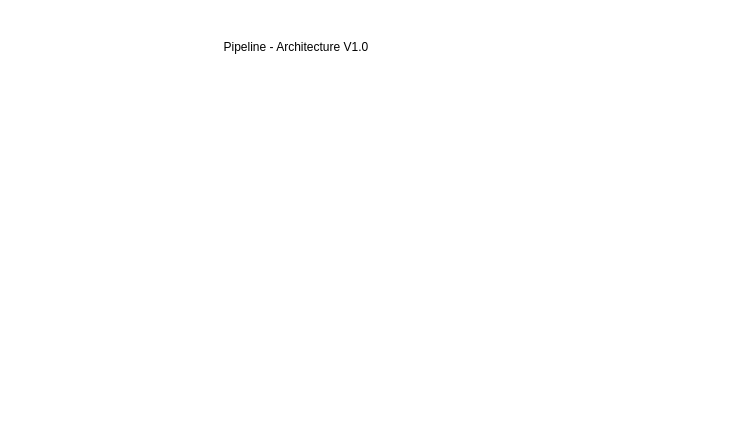
Above: Untitled Diagram.drawio in arjunKumbakkara/android-cropimage (draw.io), before the change. Source tidied: cells renumbered, new cells numbered last; positions are measured from the earlier drawing's top-left corner, leaving out a move shared by most shapes. Both pictures are drawn from the tidied source at 100%, with x=0, y=0 at pixel (217, 37).
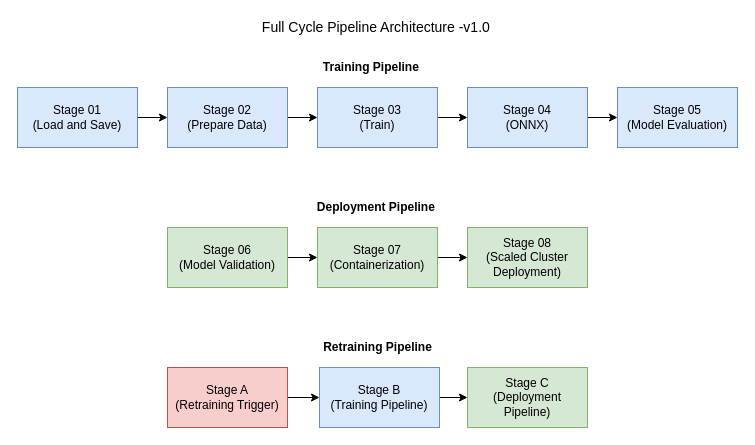
Above is the later version.

Change to the diagram source:
```diff
@@
-    <mxCell id="2" value="Pipeline - Architecture V1.0&amp;nbsp;" style="text;html=1;align=center;verticalAlign=middle;strokeColor=none;fillColor=none;" parent="1" vertex="1">
-      <mxGeometry width="160" height="20" as="geometry" />
-    </mxCell>
+    <mxCell id="3" value="&lt;b&gt;Training Pipeline&amp;nbsp;&lt;/b&gt;" style="text;html=1;align=center;verticalAlign=middle;strokeColor=none;fillColor=none;" parent="1" vertex="1">
+      <mxGeometry x="100" y="20" width="110" height="20" as="geometry" />
+    </mxCell>
+    <mxCell id="4" style="edgeStyle=orthogonalEdgeStyle;rounded=0;jettySize=auto;html=1;" parent="1" edge="1" source="5" target="7">
+      <mxGeometry relative="1" as="geometry" />
+    </mxCell>
+    <mxCell id="5" value="Stage 01&lt;br&gt;(Load and Save)" style="rounded=0;whiteSpace=wrap;html=1;fillColor=#dae8fc;strokeColor=#6c8ebf;" parent="1" vertex="1">
+      <mxGeometry x="-200" y="50" width="120" height="60" as="geometry" />
+    </mxCell>
+    <mxCell id="6" style="edgeStyle=orthogonalEdgeStyle;rounded=0;jettySize=auto;html=1;" parent="1" edge="1" source="7" target="9">
+      <mxGeometry relative="1" as="geometry" />
+    </mxCell>
+    <mxCell id="7" value="&lt;span&gt;Stage 02&lt;/span&gt;&lt;br&gt;&lt;span&gt;(Prepare Data)&lt;/span&gt;" style="rounded=0;whiteSpace=wrap;html=1;fillColor=#dae8fc;strokeColor=#6c8ebf;" parent="1" vertex="1">
+      <mxGeometry x="-50" y="50" width="120" height="60" as="geometry" />
+    </mxCell>
+    <mxCell id="8" style="edgeStyle=orthogonalEdgeStyle;rounded=0;jettySize=auto;html=1;" parent="1" edge="1" source="9" target="11">
+      <mxGeometry relative="1" as="geometry" />
+    </mxCell>
+    <mxCell id="9" value="&lt;span&gt;Stage 03&lt;/span&gt;&lt;br&gt;&lt;span&gt;(Train)&lt;/span&gt;" style="rounded=0;whiteSpace=wrap;html=1;fillColor=#dae8fc;strokeColor=#6c8ebf;" parent="1" vertex="1">
+      <mxGeometry x="100" y="50" width="120" height="60" as="geometry" />
+    </mxCell>
+    <mxCell id="10" style="edgeStyle=orthogonalEdgeStyle;rounded=0;jettySize=auto;html=1;" parent="1" edge="1" source="11" target="12">
+      <mxGeometry relative="1" as="geometry" />
+    </mxCell>
+    <mxCell id="11" value="&lt;span&gt;Stage 04&lt;/span&gt;&lt;br&gt;&lt;span&gt;(ONNX)&lt;/span&gt;" style="rounded=0;whiteSpace=wrap;html=1;fillColor=#dae8fc;strokeColor=#6c8ebf;" parent="1" vertex="1">
+      <mxGeometry x="250" y="50" width="120" height="60" as="geometry" />
+    </mxCell>
+    <mxCell id="12" value="&lt;span&gt;Stage 05&lt;/span&gt;&lt;br&gt;&lt;span&gt;(Model Evaluation)&lt;/span&gt;" style="rounded=0;whiteSpace=wrap;html=1;fillColor=#dae8fc;strokeColor=#6c8ebf;" parent="1" vertex="1">
+      <mxGeometry x="400" y="50" width="120" height="60" as="geometry" />
+    </mxCell>
+    <mxCell id="13" value="&lt;b&gt;Deployment Pipeline&amp;nbsp;&lt;/b&gt;" style="text;html=1;align=center;verticalAlign=middle;strokeColor=none;fillColor=none;" parent="1" vertex="1">
+      <mxGeometry x="90" y="160" width="140" height="20" as="geometry" />
+    </mxCell>
+    <mxCell id="14" style="edgeStyle=orthogonalEdgeStyle;rounded=0;jettySize=auto;html=1;" parent="1" edge="1" source="15" target="17">
+      <mxGeometry relative="1" as="geometry" />
+    </mxCell>
+    <mxCell id="15" value="&lt;span&gt;Stage 06&lt;/span&gt;&lt;br&gt;&lt;span&gt;(Model Validation)&lt;/span&gt;" style="rounded=0;whiteSpace=wrap;html=1;fillColor=#d5e8d4;strokeColor=#82b366;" parent="1" vertex="1">
+      <mxGeometry x="-50" y="190" width="120" height="60" as="geometry" />
+    </mxCell>
+    <mxCell id="16" style="edgeStyle=orthogonalEdgeStyle;rounded=0;jettySize=auto;html=1;" parent="1" edge="1" source="17" target="18">
+      <mxGeometry relative="1" as="geometry" />
+    </mxCell>
+    <mxCell id="17" value="&lt;span&gt;Stage 07&lt;/span&gt;&lt;br&gt;&lt;span&gt;(Containerization)&lt;/span&gt;" style="rounded=0;whiteSpace=wrap;html=1;fillColor=#d5e8d4;strokeColor=#82b366;" parent="1" vertex="1">
+      <mxGeometry x="100" y="190" width="120" height="60" as="geometry" />
+    </mxCell>
+    <mxCell id="18" value="&lt;span&gt;Stage 08&lt;/span&gt;&lt;br&gt;&lt;span&gt;(Scaled Cluster Deployment)&lt;/span&gt;" style="rounded=0;whiteSpace=wrap;html=1;fillColor=#d5e8d4;strokeColor=#82b366;" parent="1" vertex="1">
+      <mxGeometry x="250" y="190" width="120" height="60" as="geometry" />
+    </mxCell>
+    <mxCell id="19" value="&lt;b&gt;Retraining Pipeline&lt;/b&gt;" style="text;html=1;align=center;verticalAlign=middle;strokeColor=none;fillColor=none;" parent="1" vertex="1">
+      <mxGeometry x="100" y="300" width="120" height="20" as="geometry" />
+    </mxCell>
+    <mxCell id="20" style="edgeStyle=orthogonalEdgeStyle;rounded=0;jettySize=auto;html=1;" parent="1" edge="1" source="21" target="23">
+      <mxGeometry relative="1" as="geometry" />
+    </mxCell>
+    <mxCell id="21" value="Stage A&lt;br&gt;(Retraining Trigger)" style="rounded=0;whiteSpace=wrap;html=1;fillColor=#f8cecc;strokeColor=#b85450;" parent="1" vertex="1">
+      <mxGeometry x="-50" y="330" width="120" height="60" as="geometry" />
+    </mxCell>
+    <mxCell id="22" style="edgeStyle=orthogonalEdgeStyle;rounded=0;jettySize=auto;html=1;" parent="1" edge="1" source="23" target="24">
+      <mxGeometry relative="1" as="geometry" />
+    </mxCell>
+    <mxCell id="23" value="&lt;span&gt;Stage B&lt;/span&gt;&lt;br&gt;&lt;span&gt;(Training Pipeline)&lt;/span&gt;" style="rounded=0;whiteSpace=wrap;html=1;fillColor=#dae8fc;strokeColor=#6c8ebf;" parent="1" vertex="1">
+      <mxGeometry x="102" y="330" width="120" height="60" as="geometry" />
+    </mxCell>
+    <mxCell id="24" value="&lt;span&gt;Stage C&lt;/span&gt;&lt;br&gt;&lt;span&gt;(Deployment Pipeline)&lt;/span&gt;" style="rounded=0;whiteSpace=wrap;html=1;fillColor=#d5e8d4;strokeColor=#82b366;" parent="1" vertex="1">
+      <mxGeometry x="250" y="330" width="120" height="60" as="geometry" />
+    </mxCell>
+    <mxCell id="25" value="&lt;font style=&quot;font-size: 14px&quot;&gt;Full Cycle Pipeline Architecture -v1.0&lt;/font&gt;&amp;nbsp;" style="text;html=1;align=center;verticalAlign=middle;strokeColor=none;fillColor=none;" parent="1" vertex="1">
+      <mxGeometry x="35" y="-20" width="250" height="20" as="geometry" />
+    </mxCell>
```
